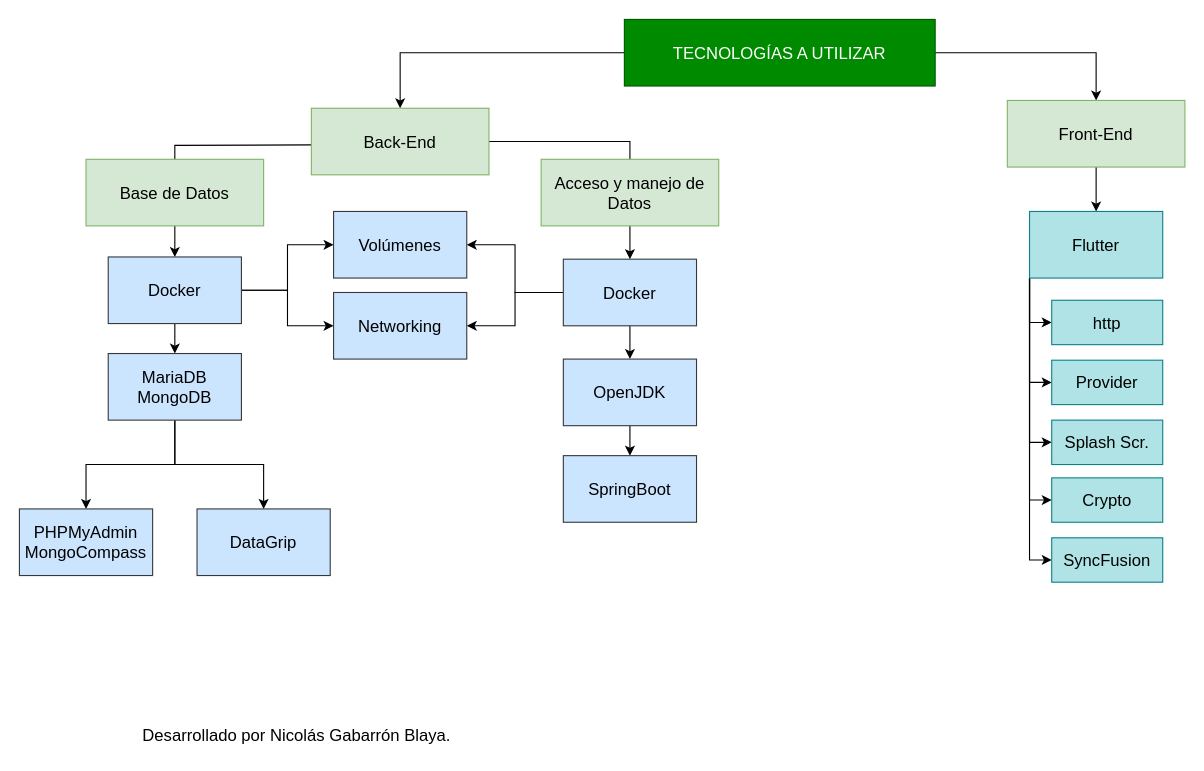
nicolasgabarron/AyGP keeps this draw.io diagram as esquema_tecnologias.drawio. Above is the earlier version. Source tidied: cells renumbered, new cells numbered last; positions are measured from the earlier drawing's top-left corner, leaving out a move shared by most shapes. Both pictures are drawn from the tidied source at 111%, with x=0, y=0 at pixel (19, 19).
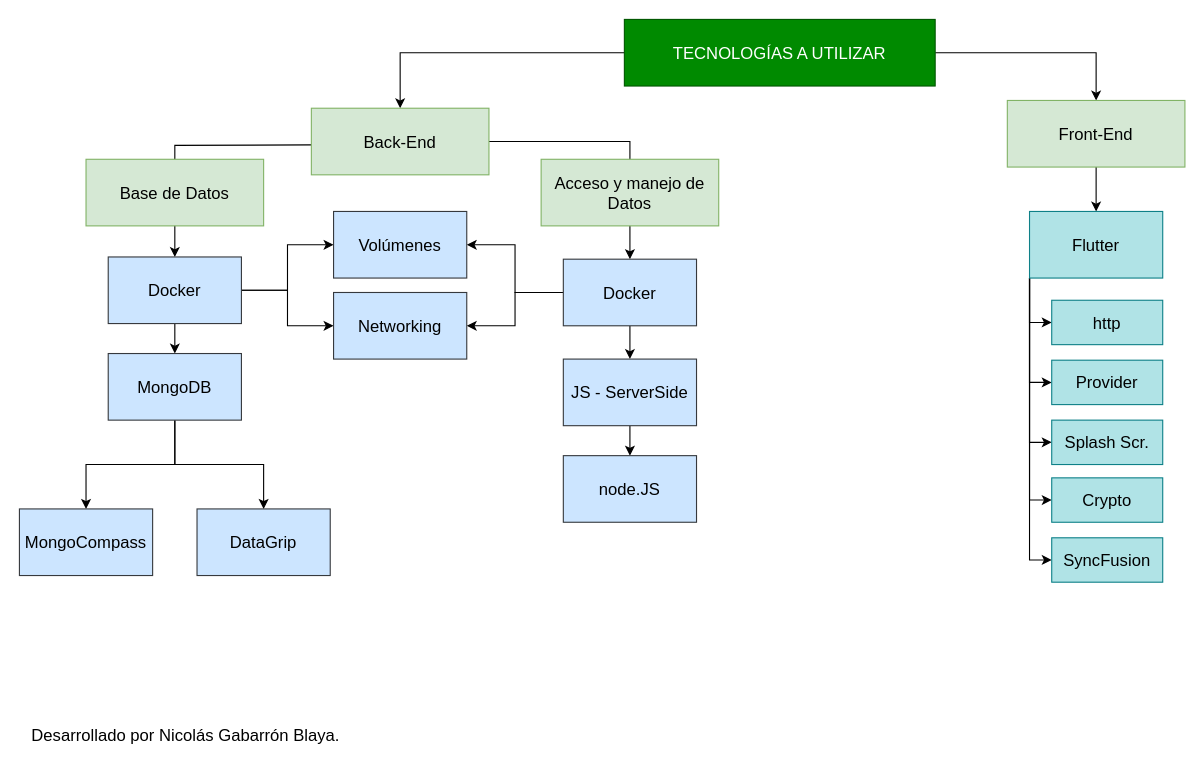
Above is the later version.

Change to the diagram source:
```diff
@@
-    <mxCell id="22" value="MariaDB&lt;br&gt;MongoDB" style="rounded=0;whiteSpace=wrap;html=1;fontSize=15;fillColor=#cce5ff;strokeColor=#36393d;" parent="1" vertex="1">
+    <mxCell id="22" value="MongoDB" style="rounded=0;whiteSpace=wrap;html=1;fontSize=15;fillColor=#cce5ff;strokeColor=#36393d;" parent="1" vertex="1">
       <mxGeometry x="80" y="301" width="120" height="60" as="geometry" />
     </mxCell>
-    <mxCell id="23" value="PHPMyAdmin&lt;br&gt;MongoCompass" style="rounded=0;whiteSpace=wrap;html=1;fontSize=15;fillColor=#cce5ff;strokeColor=#36393d;" parent="1" vertex="1">
+    <mxCell id="23" value="MongoCompass" style="rounded=0;whiteSpace=wrap;html=1;fontSize=15;fillColor=#cce5ff;strokeColor=#36393d;" parent="1" vertex="1">
       <mxGeometry y="441" width="120" height="60" as="geometry" />
     </mxCell>
@@
     <mxCell id="25" value="Desarrollado por Nicolás Gabarrón Blaya." style="text;html=1;strokeColor=none;fillColor=none;align=center;verticalAlign=middle;whiteSpace=wrap;rounded=0;fontSize=15;" parent="1" vertex="1">
-      <mxGeometry x="100" y="630" width="300" height="30" as="geometry" />
+      <mxGeometry y="630" width="300" height="30" as="geometry" />
     </mxCell>
@@
-    <mxCell id="35" value="OpenJDK" style="rounded=0;whiteSpace=wrap;html=1;fontSize=15;fillColor=#cce5ff;strokeColor=#36393d;" parent="1" vertex="1">
+    <mxCell id="35" value="JS - ServerSide" style="rounded=0;whiteSpace=wrap;html=1;fontSize=15;fillColor=#cce5ff;strokeColor=#36393d;" parent="1" vertex="1">
       <mxGeometry x="490" y="306" width="120" height="60" as="geometry" />
     </mxCell>
-    <mxCell id="36" value="SpringBoot" style="rounded=0;whiteSpace=wrap;html=1;fontSize=15;fillColor=#cce5ff;strokeColor=#36393d;" parent="1" vertex="1">
+    <mxCell id="36" value="node.JS" style="rounded=0;whiteSpace=wrap;html=1;fontSize=15;fillColor=#cce5ff;strokeColor=#36393d;" parent="1" vertex="1">
       <mxGeometry x="490" y="393" width="120" height="60" as="geometry" />
     </mxCell>
```
